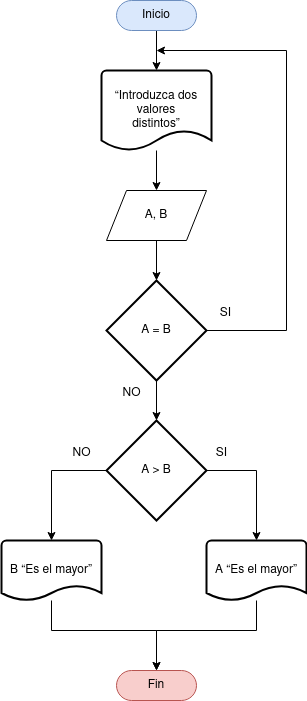
Earlier version of the draw.io export unidad-1/images/diagrama-flujo.png (IsmaelJos/programacion). Source tidied: cells renumbered, new cells last; positions are measured from the earlier drawing's top-left corner, leaving out a move shared by most shapes.
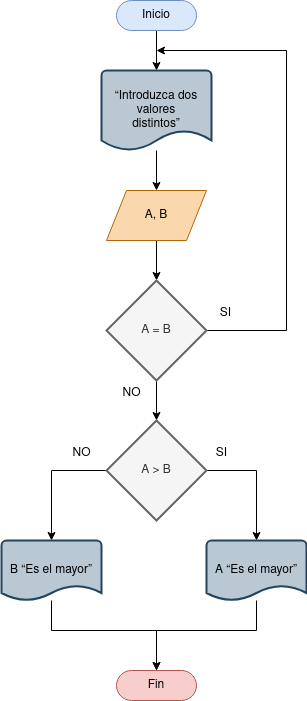
Above is the later version.

What changed in the source:
```diff
@@ -11,13 +11,13 @@
     <mxCell id="4" style="edgeStyle=orthogonalEdgeStyle;rounded=0;jettySize=auto;html=1;" parent="1" edge="1" source="5" target="7">
       <mxGeometry relative="1" as="geometry" />
     </mxCell>
-    <mxCell id="5" value="“Introduzca dos&#10;valores&#10;distintos”" style="strokeWidth=2;html=1;shape=mxgraph.flowchart.document2;whiteSpace=wrap;size=0.25;" parent="1" vertex="1">
+    <mxCell id="5" value="“Introduzca dos&#10;valores&#10;distintos”" style="strokeWidth=2;html=1;shape=mxgraph.flowchart.document2;whiteSpace=wrap;size=0.25;fillColor=#bac8d3;strokeColor=#23445d;" parent="1" vertex="1">
       <mxGeometry x="100" y="70" width="110" height="80" as="geometry" />
     </mxCell>
     <mxCell id="6" style="edgeStyle=orthogonalEdgeStyle;rounded=0;jettySize=auto;html=1;exitX=0.5;exitY=1;exitDx=0;exitDy=0;entryX=0.5;entryY=0;entryDx=0;entryDy=0;entryPerimeter=0;" parent="1" edge="1" source="7" target="10">
       <mxGeometry relative="1" as="geometry" />
     </mxCell>
-    <mxCell id="7" value="A, B" style="shape=parallelogram;perimeter=parallelogramPerimeter;whiteSpace=wrap;html=1;dashed=0;" parent="1" vertex="1">
+    <mxCell id="7" value="A, B" style="shape=parallelogram;perimeter=parallelogramPerimeter;whiteSpace=wrap;html=1;dashed=0;fillColor=#fad7ac;strokeColor=#b46504;" parent="1" vertex="1">
       <mxGeometry x="105" y="190" width="100" height="50" as="geometry" />
     </mxCell>
     <mxCell id="8" style="edgeStyle=orthogonalEdgeStyle;rounded=0;jettySize=auto;html=1;exitX=1;exitY=0.5;exitDx=0;exitDy=0;exitPerimeter=0;" parent="1" edge="1" source="10">
@@ -32,7 +32,7 @@
     <mxCell id="9" style="edgeStyle=orthogonalEdgeStyle;rounded=0;jettySize=auto;html=1;exitX=0.5;exitY=1;exitDx=0;exitDy=0;exitPerimeter=0;entryX=0.5;entryY=0;entryDx=0;entryDy=0;entryPerimeter=0;" parent="1" edge="1" source="10" target="13">
       <mxGeometry relative="1" as="geometry" />
     </mxCell>
-    <mxCell id="10" value="A = B" style="strokeWidth=2;html=1;shape=mxgraph.flowchart.decision;whiteSpace=wrap;" parent="1" vertex="1">
+    <mxCell id="10" value="A = B" style="strokeWidth=2;html=1;shape=mxgraph.flowchart.decision;whiteSpace=wrap;fillColor=#f5f5f5;fontColor=#333333;strokeColor=#666666;" parent="1" vertex="1">
       <mxGeometry x="105" y="280" width="100" height="100" as="geometry" />
     </mxCell>
     <mxCell id="11" style="edgeStyle=orthogonalEdgeStyle;rounded=0;jettySize=auto;html=1;exitX=0;exitY=0.5;exitDx=0;exitDy=0;exitPerimeter=0;entryX=0.5;entryY=0;entryDx=0;entryDy=0;entryPerimeter=0;" parent="1" edge="1" source="13" target="15">
@@ -41,7 +41,7 @@
     <mxCell id="12" style="edgeStyle=orthogonalEdgeStyle;rounded=0;jettySize=auto;html=1;exitX=1;exitY=0.5;exitDx=0;exitDy=0;exitPerimeter=0;entryX=0.5;entryY=0;entryDx=0;entryDy=0;entryPerimeter=0;" parent="1" edge="1" source="13" target="17">
       <mxGeometry relative="1" as="geometry" />
     </mxCell>
-    <mxCell id="13" value="A &amp;gt; B" style="strokeWidth=2;html=1;shape=mxgraph.flowchart.decision;whiteSpace=wrap;" parent="1" vertex="1">
+    <mxCell id="13" value="A &amp;gt; B" style="strokeWidth=2;html=1;shape=mxgraph.flowchart.decision;whiteSpace=wrap;fillColor=#f5f5f5;fontColor=#333333;strokeColor=#666666;" parent="1" vertex="1">
       <mxGeometry x="105" y="420" width="100" height="100" as="geometry" />
     </mxCell>
     <mxCell id="14" style="edgeStyle=orthogonalEdgeStyle;rounded=0;jettySize=auto;html=1;entryX=0.5;entryY=0.5;entryDx=0;entryDy=-15;entryPerimeter=0;" parent="1" edge="1" source="15" target="18">
@@ -52,7 +52,7 @@
         </Array>
       </mxGeometry>
     </mxCell>
-    <mxCell id="15" value="B “Es el mayor”" style="strokeWidth=2;html=1;shape=mxgraph.flowchart.document2;whiteSpace=wrap;size=0.25;" parent="1" vertex="1">
+    <mxCell id="15" value="B “Es el mayor”" style="strokeWidth=2;html=1;shape=mxgraph.flowchart.document2;whiteSpace=wrap;size=0.25;fillColor=#bac8d3;strokeColor=#23445d;" parent="1" vertex="1">
       <mxGeometry y="540" width="100" height="60" as="geometry" />
     </mxCell>
     <mxCell id="16" style="edgeStyle=orthogonalEdgeStyle;rounded=0;jettySize=auto;html=1;entryX=0.5;entryY=0.5;entryDx=0;entryDy=-15;entryPerimeter=0;" parent="1" edge="1" source="17" target="18">
@@ -63,7 +63,7 @@
         </Array>
       </mxGeometry>
     </mxCell>
-    <mxCell id="17" value="A “Es el mayor”" style="strokeWidth=2;html=1;shape=mxgraph.flowchart.document2;whiteSpace=wrap;size=0.25;" parent="1" vertex="1">
+    <mxCell id="17" value="A “Es el mayor”" style="strokeWidth=2;html=1;shape=mxgraph.flowchart.document2;whiteSpace=wrap;size=0.25;fillColor=#bac8d3;strokeColor=#23445d;" parent="1" vertex="1">
       <mxGeometry x="205" y="540" width="100" height="60" as="geometry" />
     </mxCell>
     <mxCell id="18" value="Fin" style="html=1;dashed=0;whiteSpace=wrap;shape=mxgraph.dfd.start;fillColor=#f8cecc;strokeColor=#b85450;" parent="1" vertex="1">
```
